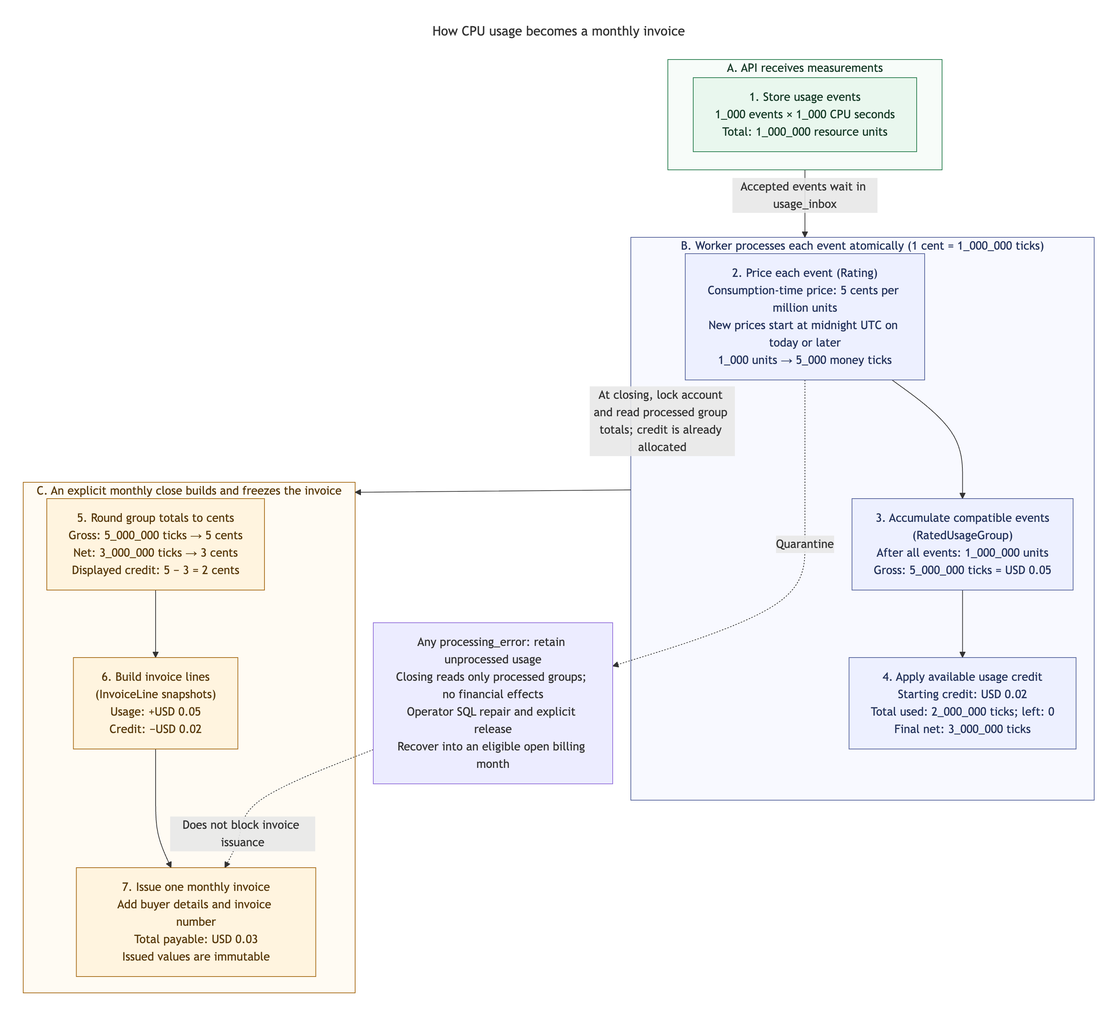
This is docs/diagrams/usage-to-invoice/usage-to-invoice.png from pupitooo/e2b-billing-api, a Mermaid export, as it was before one commit. Its source is kept beside it as docs/diagrams/usage-to-invoice/usage-to-invoice.mmd.
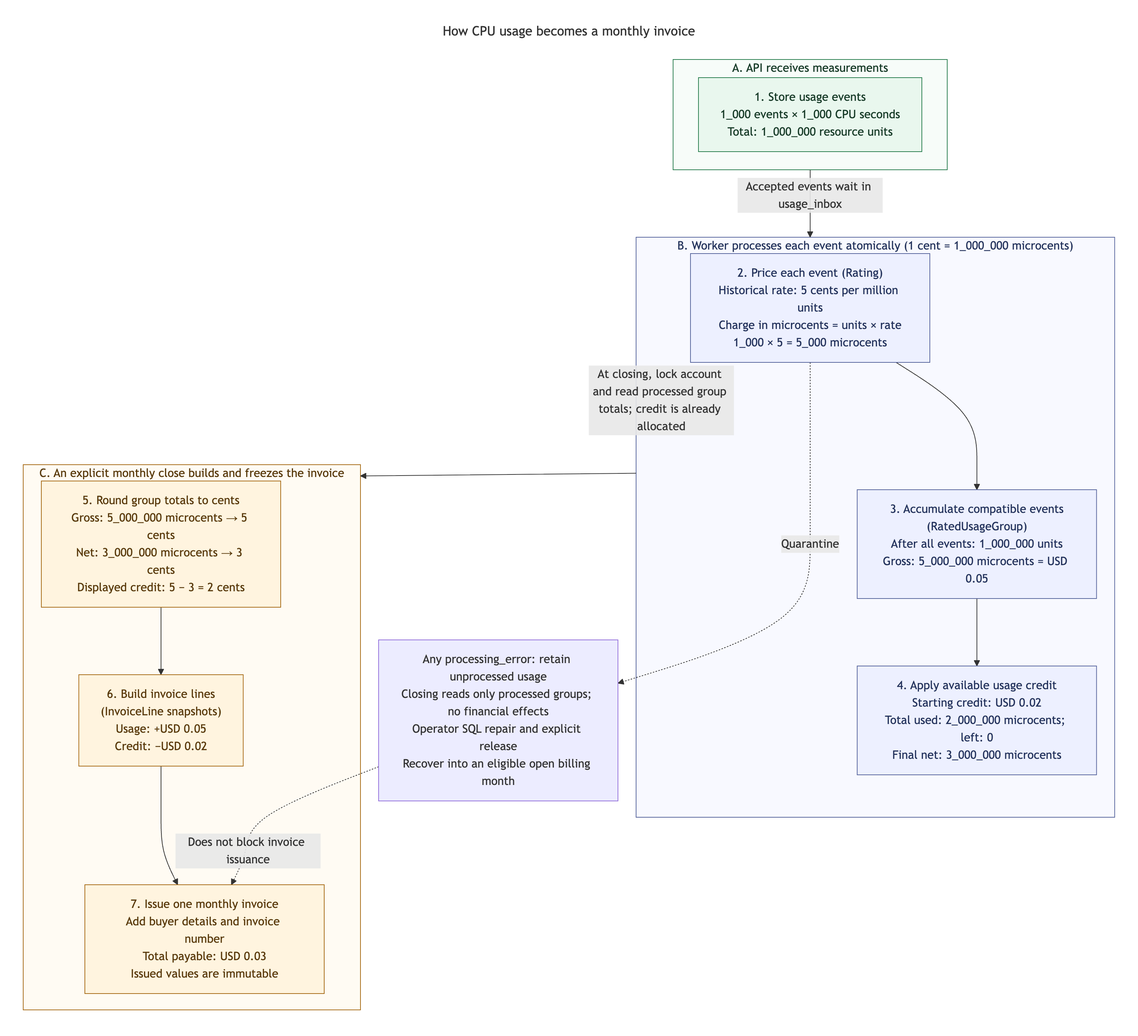
The same diagram one commit later.

Diff of the diagram source:
```diff
@@ -13,18 +13,18 @@
         events["1. Store usage events<br/>1_000 events × 1_000 CPU seconds<br/>Total: 1_000_000 resource units"]
     end
 
-    subgraph processing["B. Worker processes each event atomically (1 cent = 1_000_000 ticks)"]
+    subgraph processing["B. Worker processes each event atomically (1 cent = 1_000_000 microcents)"]
         direction LR
-        rating["2. Price each event (Rating)<br/>Consumption-time price: 5 cents per million units<br/>New prices start at midnight UTC on today or later<br/>1_000 units → 5_000 money ticks"]
-        group["3. Accumulate compatible events<br/>(RatedUsageGroup)<br/>After all events: 1_000_000 units<br/>Gross: 5_000_000 ticks = USD 0.05"]
-        credits["4. Apply available usage credit<br/>Starting credit: USD 0.02<br/>Total used: 2_000_000 ticks; left: 0<br/>Final net: 3_000_000 ticks"]
+        rating["2. Price each event (Rating)<br/>Historical rate: 5 cents per million units<br/>Charge in microcents = units × rate<br/>1_000 × 5 = 5_000 microcents"]
+        group["3. Accumulate compatible events<br/>(RatedUsageGroup)<br/>After all events: 1_000_000 units<br/>Gross: 5_000_000 microcents = USD 0.05"]
+        credits["4. Apply available usage credit<br/>Starting credit: USD 0.02<br/>Total used: 2_000_000 microcents; left: 0<br/>Final net: 3_000_000 microcents"]
 
         rating --> group --> credits
     end
 
     subgraph closing["C. An explicit monthly close builds and freezes the invoice"]
         direction LR
-        rounding["5. Round group totals to cents<br/>Gross: 5_000_000 ticks → 5 cents<br/>Net: 3_000_000 ticks → 3 cents<br/>Displayed credit: 5 − 3 = 2 cents"]
+        rounding["5. Round group totals to cents<br/>Gross: 5_000_000 microcents → 5 cents<br/>Net: 3_000_000 microcents → 3 cents<br/>Displayed credit: 5 − 3 = 2 cents"]
         lines["6. Build invoice lines<br/>(InvoiceLine snapshots)<br/>Usage: +USD 0.05<br/>Credit: −USD 0.02"]
         invoice["7. Issue one monthly invoice<br/>Add buyer details and invoice number<br/>Total payable: USD 0.03<br/>Issued values are immutable"]
 
```
